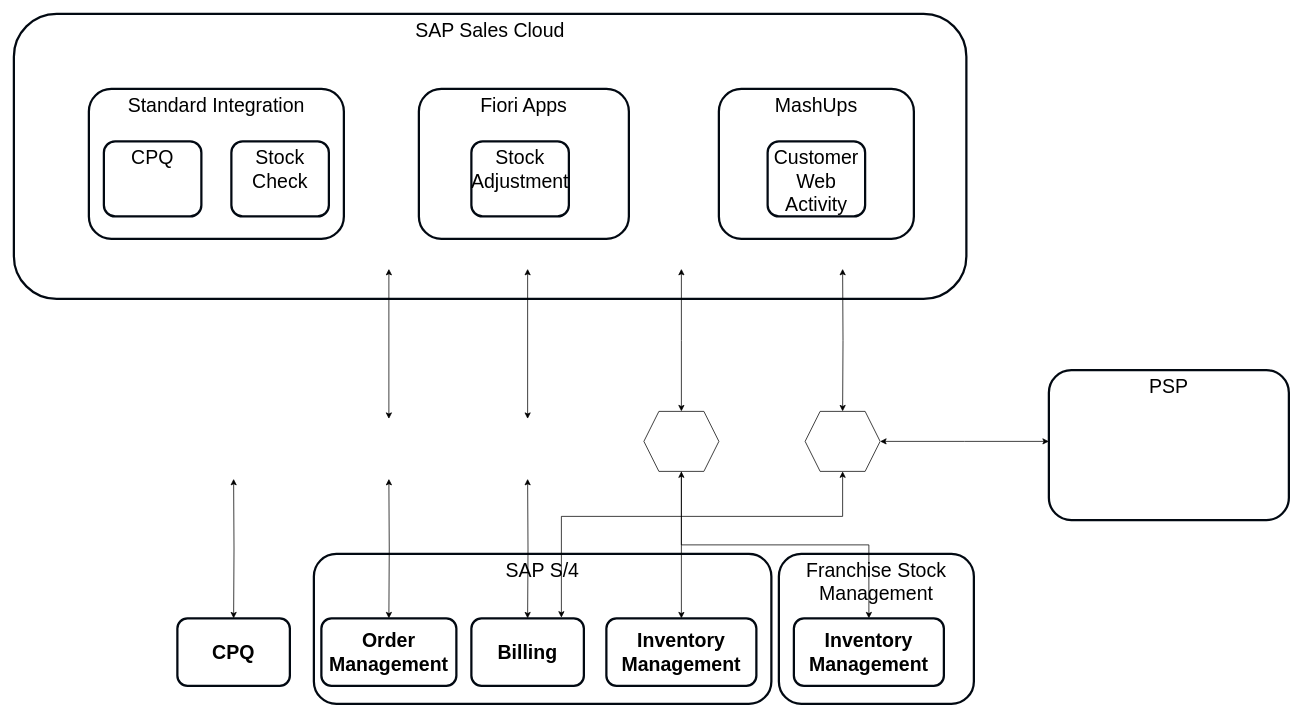
This is page "Sales Cloud" (16 of 16) of Sales Frontend Strategy.drawio from mrf742002/Diagrams, a draw.io file, before an edit. Source tidied: cells renumbered, new cells numbered last; positions are measured from the earlier drawing's top-left corner, leaving out a move shared by most shapes. Both pictures are drawn from the tidied source at 75%, with x=0, y=0 at pixel (14, 14).
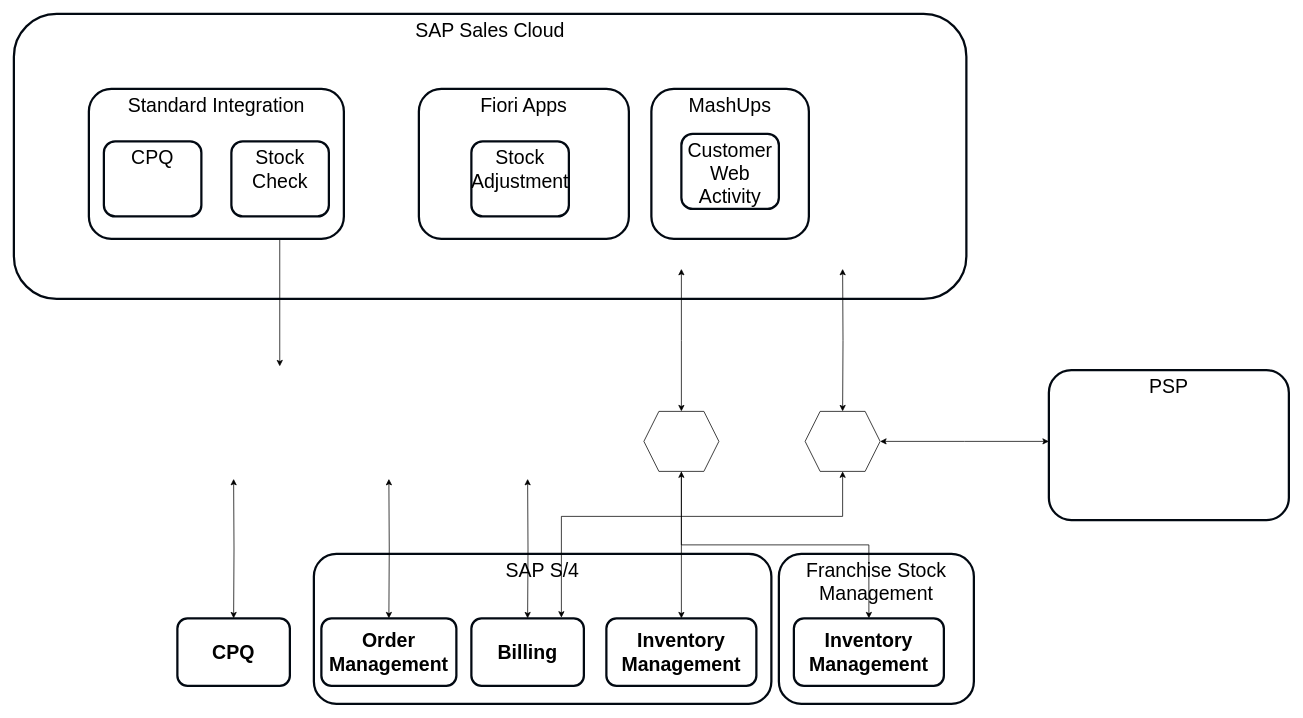
The same page after the edit.

Change to the diagram source:
```diff
@@
-    <mxCell id="11" style="edgeStyle=orthogonalEdgeStyle;rounded=0;orthogonalLoop=1;jettySize=auto;html=1;exitX=0.5;exitY=0;exitDx=0;exitDy=0;entryX=0.5;entryY=1;entryDx=0;entryDy=0;startArrow=classic;startFill=1;" parent="1" edge="1">
-      <mxGeometry relative="1" as="geometry">
-        <mxPoint x="500" y="540" as="sourcePoint" />
-        <mxPoint x="500" y="340" as="targetPoint" />
-      </mxGeometry>
-    </mxCell>
@@
     <mxCell id="13" style="edgeStyle=orthogonalEdgeStyle;rounded=0;orthogonalLoop=1;jettySize=auto;html=1;exitX=0.5;exitY=0;exitDx=0;exitDy=0;startArrow=classic;startFill=1;" parent="1" edge="1">
       <mxGeometry relative="1" as="geometry">
-        <mxPoint x="685" y="540" as="sourcePoint" />
-        <mxPoint x="685" y="340" as="targetPoint" />
+        <mxPoint x="354.5" y="470" as="sourcePoint" />
+        <mxPoint x="354.5" y="270" as="targetPoint" />
       </mxGeometry>
     </mxCell>
@@
     <mxCell id="26" value="MashUps" style="rounded=1;whiteSpace=wrap;html=1;verticalAlign=top;strokeWidth=3;strokeColor=#020912;fontSize=26;" parent="1" vertex="1">
-      <mxGeometry x="940" y="100" width="260" height="200" as="geometry" />
+      <mxGeometry x="850" y="100" width="210" height="200" as="geometry" />
     </mxCell>
@@
     <mxCell id="30" value="Customer Web Activity" style="rounded=1;whiteSpace=wrap;html=1;verticalAlign=top;strokeWidth=3;strokeColor=#020912;fontSize=26;" parent="1" vertex="1">
-      <mxGeometry x="1005" y="170" width="130" height="100" as="geometry" />
+      <mxGeometry x="890" y="160" width="130" height="100" as="geometry" />
     </mxCell>
```
